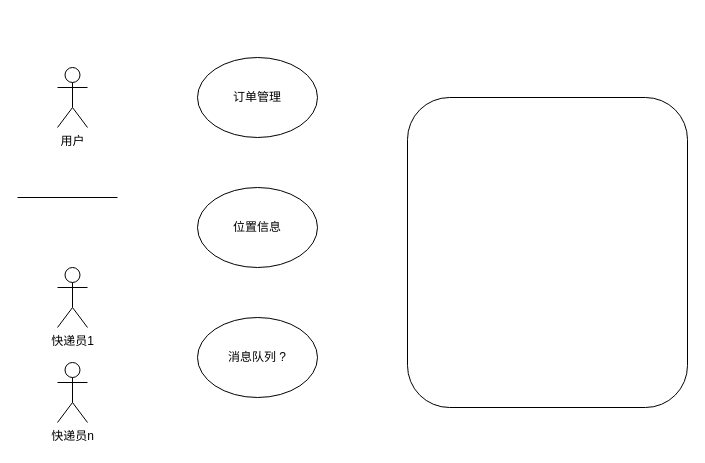
Before: arch/latest/系统用例图.drawio in chenlongqiang/draw.io, a draw.io diagram. Source tidied: cells renumbered, new cells numbered last; positions are measured from the earlier drawing's top-left corner, leaving out a move shared by most shapes. Both pictures are drawn from the tidied source at 100%, with x=0, y=0 at pixel (17, 57).
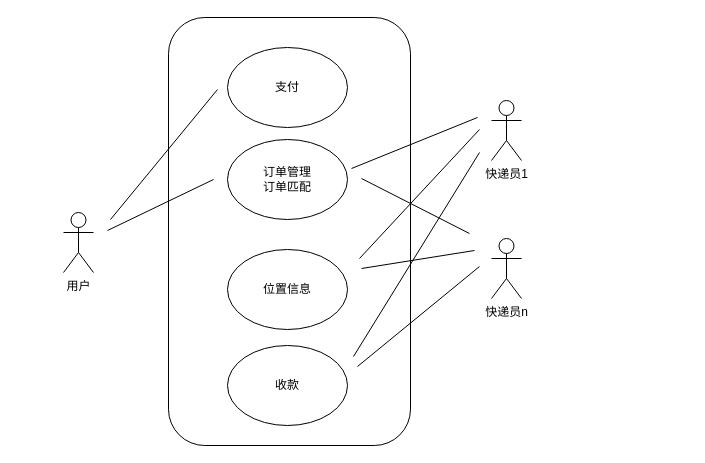
Above is the later version.

Commit message:
更新系统用例图.drawio

Diff of the diagram source:
```diff
@@
     <mxCell id="2" value="用户" style="shape=umlActor;verticalLabelPosition=bottom;verticalAlign=top;html=1;" parent="1" vertex="1">
-      <mxGeometry x="40" y="10" width="30" height="60" as="geometry" />
+      <mxGeometry x="46" y="155" width="30" height="60" as="geometry" />
     </mxCell>
     <mxCell id="3" style="rounded=1;whiteSpace=wrap;html=1;" parent="1" vertex="1">
-      <mxGeometry x="390" y="40" width="280" height="310" as="geometry" />
+      <mxGeometry x="151" y="-40" width="242" height="428" as="geometry" />
     </mxCell>
     <mxCell id="4" value="快递员1" style="shape=umlActor;verticalLabelPosition=bottom;verticalAlign=top;html=1;" parent="1" vertex="1">
-      <mxGeometry x="40" y="210" width="30" height="60" as="geometry" />
+      <mxGeometry x="474" y="43" width="30" height="60" as="geometry" />
     </mxCell>
     <mxCell id="5" value="位置信息" style="ellipse;whiteSpace=wrap;html=1;" parent="1" vertex="1">
-      <mxGeometry x="180" y="130" width="120" height="80" as="geometry" />
+      <mxGeometry x="210" y="192" width="120" height="80" as="geometry" />
     </mxCell>
-    <mxCell id="6" value="消息队列 ?" style="ellipse;whiteSpace=wrap;html=1;" parent="1" vertex="1">
-      <mxGeometry x="180" y="260" width="120" height="80" as="geometry" />
-    </mxCell>
-    <mxCell id="7" value="订单管理" style="ellipse;whiteSpace=wrap;html=1;" parent="1" vertex="1">
-      <mxGeometry x="180" width="120" height="80" as="geometry" />
-    </mxCell>
     <mxCell id="8" style="endArrow=none;html=1;" parent="1" edge="1">
       <mxGeometry relative="1" as="geometry">
-        <mxPoint x="100" y="140" as="sourcePoint" />
-        <mxPoint y="140" as="targetPoint" />
+        <mxPoint x="200" y="32" as="sourcePoint" />
+        <mxPoint x="93" y="162" as="targetPoint" />
       </mxGeometry>
     </mxCell>
     <mxCell id="9" value="快递员n" style="shape=umlActor;verticalLabelPosition=bottom;verticalAlign=top;html=1;" parent="1" vertex="1">
-      <mxGeometry x="40" y="305" width="30" height="60" as="geometry" />
+      <mxGeometry x="474" y="181" width="30" height="60" as="geometry" />
     </mxCell>
+    <mxCell id="10" value="订单管理&lt;br&gt;订单匹配" style="ellipse;whiteSpace=wrap;html=1;" parent="1" vertex="1">
+      <mxGeometry x="210" y="82" width="120" height="80" as="geometry" />
+    </mxCell>
+    <mxCell id="11" style="endArrow=none;html=1;" parent="1" edge="1">
+      <mxGeometry relative="1" as="geometry">
+        <mxPoint x="457" y="193" as="sourcePoint" />
+        <mxPoint x="344" y="211" as="targetPoint" />
+      </mxGeometry>
+    </mxCell>
+    <mxCell id="12" style="endArrow=none;html=1;" parent="1" edge="1">
+      <mxGeometry relative="1" as="geometry">
+        <mxPoint x="462" y="95" as="sourcePoint" />
+        <mxPoint x="336" y="299" as="targetPoint" />
+      </mxGeometry>
+    </mxCell>
+    <mxCell id="13" value="支付" style="ellipse;whiteSpace=wrap;html=1;" parent="1" vertex="1">
+      <mxGeometry x="210" y="-10" width="120" height="80" as="geometry" />
+    </mxCell>
+    <mxCell id="14" value="收款" style="ellipse;whiteSpace=wrap;html=1;" parent="1" vertex="1">
+      <mxGeometry x="210" y="288" width="120" height="80" as="geometry" />
+    </mxCell>
+    <mxCell id="15" style="endArrow=none;html=1;" parent="1" edge="1">
+      <mxGeometry relative="1" as="geometry">
+        <mxPoint x="462" y="209" as="sourcePoint" />
+        <mxPoint x="340" y="309" as="targetPoint" />
+      </mxGeometry>
+    </mxCell>
+    <mxCell id="16" style="endArrow=none;html=1;" parent="1" edge="1">
+      <mxGeometry relative="1" as="geometry">
+        <mxPoint x="462" y="72" as="sourcePoint" />
+        <mxPoint x="342" y="201" as="targetPoint" />
+      </mxGeometry>
+    </mxCell>
+    <mxCell id="17" style="endArrow=none;html=1;" parent="1" edge="1">
+      <mxGeometry relative="1" as="geometry">
+        <mxPoint x="460" y="60" as="sourcePoint" />
+        <mxPoint x="334" y="111" as="targetPoint" />
+      </mxGeometry>
+    </mxCell>
+    <mxCell id="18" style="endArrow=none;html=1;" parent="1" edge="1">
+      <mxGeometry relative="1" as="geometry">
+        <mxPoint x="452" y="176" as="sourcePoint" />
+        <mxPoint x="344" y="121" as="targetPoint" />
+      </mxGeometry>
+    </mxCell>
+    <mxCell id="19" style="endArrow=none;html=1;" parent="1" edge="1">
+      <mxGeometry relative="1" as="geometry">
+        <mxPoint x="196" y="122" as="sourcePoint" />
+        <mxPoint x="90" y="173" as="targetPoint" />
+      </mxGeometry>
+    </mxCell>
```
